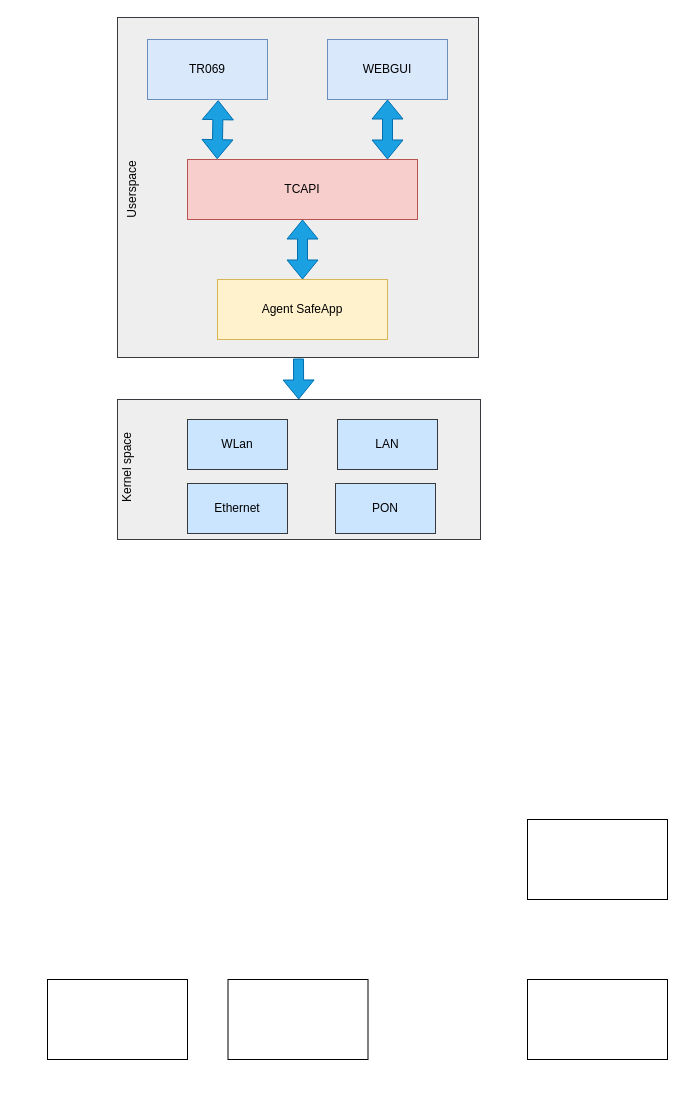
Above: HLD_SafeApp.drawio in nhatdevemb/Image_galerry (draw.io), before the change. Source tidied: cells renumbered, new cells numbered last; positions are measured from the earlier drawing's top-left corner, leaving out a move shared by most shapes. Both pictures are drawn from the tidied source at 100%, with x=0, y=0 at pixel (47, 17).
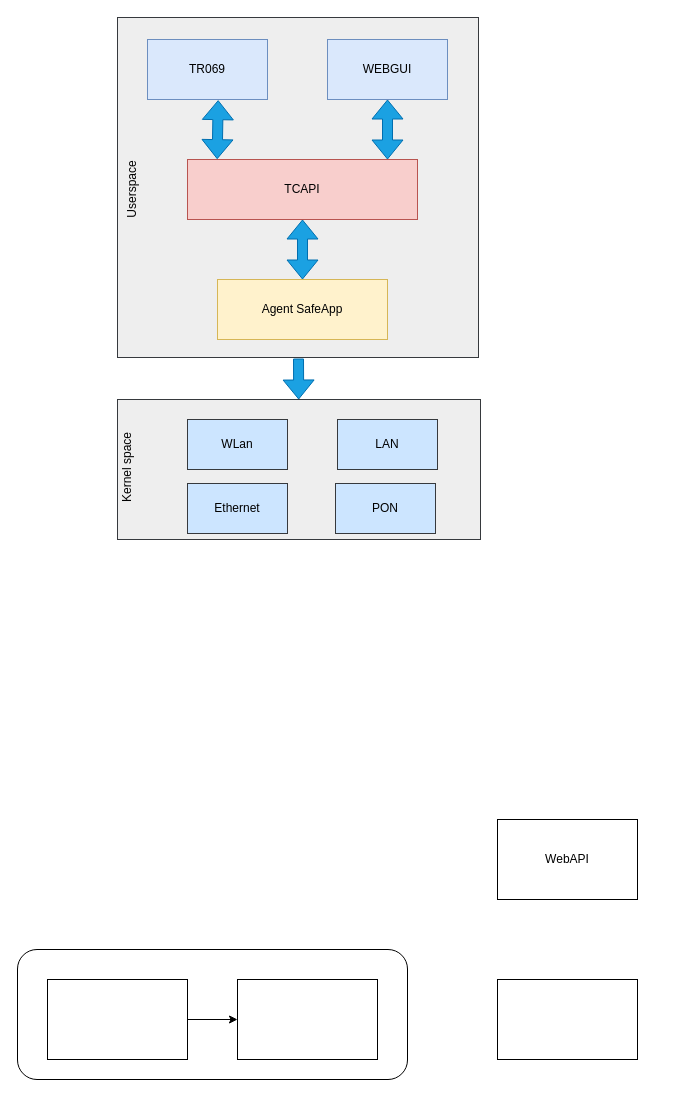
Above is the later version.

Unchanged cells that the change refers to:
```xml
<mxCell id="18" style="rounded=0;whiteSpace=wrap;html=1;" parent="1" vertex="1">
  <mxGeometry y="962" width="140" height="80" as="geometry" />
</mxCell>
```

Diff of the diagram source:
```diff
@@
+    <mxCell id="22" style="rounded=1;whiteSpace=wrap;html=1;" parent="1" vertex="1">
+      <mxGeometry x="-30" y="932" width="390" height="130" as="geometry" />
+    </mxCell>
@@
     <mxCell id="19" style="rounded=0;whiteSpace=wrap;html=1;" parent="1" vertex="1">
-      <mxGeometry x="180.5" y="962" width="140" height="80" as="geometry" />
+      <mxGeometry x="190" y="962" width="140" height="80" as="geometry" />
     </mxCell>
     <mxCell id="20" style="rounded=0;whiteSpace=wrap;html=1;" parent="1" vertex="1">
-      <mxGeometry x="480" y="962" width="140" height="80" as="geometry" />
+      <mxGeometry x="450" y="962" width="140" height="80" as="geometry" />
     </mxCell>
-    <mxCell id="21" style="rounded=0;whiteSpace=wrap;html=1;" parent="1" vertex="1">
-      <mxGeometry x="480" y="802" width="140" height="80" as="geometry" />
+    <mxCell id="21" value="WebAPI" style="rounded=0;whiteSpace=wrap;html=1;" parent="1" vertex="1">
+      <mxGeometry x="450" y="802" width="140" height="80" as="geometry" />
     </mxCell>
+    <mxCell id="23" style="endArrow=classic;html=1;rounded=0;exitX=1;exitY=0.5;exitDx=0;exitDy=0;entryX=0;entryY=0.5;entryDx=0;entryDy=0;" parent="1" edge="1" source="18" target="19">
+      <mxGeometry relative="1" as="geometry" />
+    </mxCell>
```
